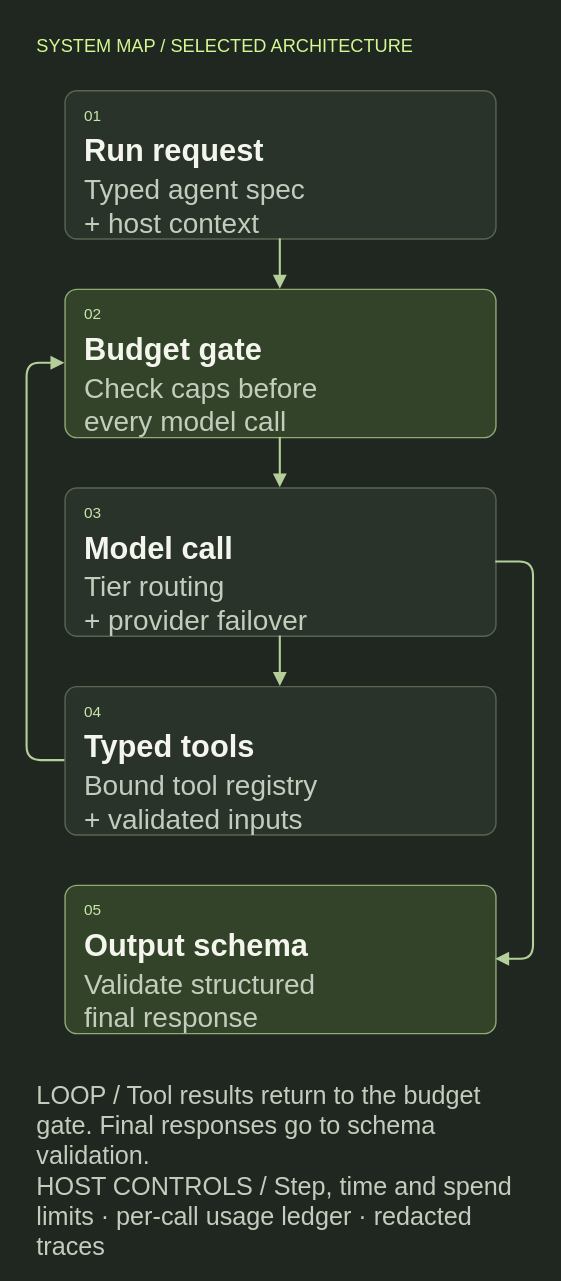
youngfreezy/youngfreezy.github.io keeps this draw.io diagram as images/agents/runtime-technical-mobile.svg. Above is the earlier version. Source tidied: cells renumbered, new cells last; positions are measured from the earlier drawing's top-left corner, leaving out a move shared by most shapes.
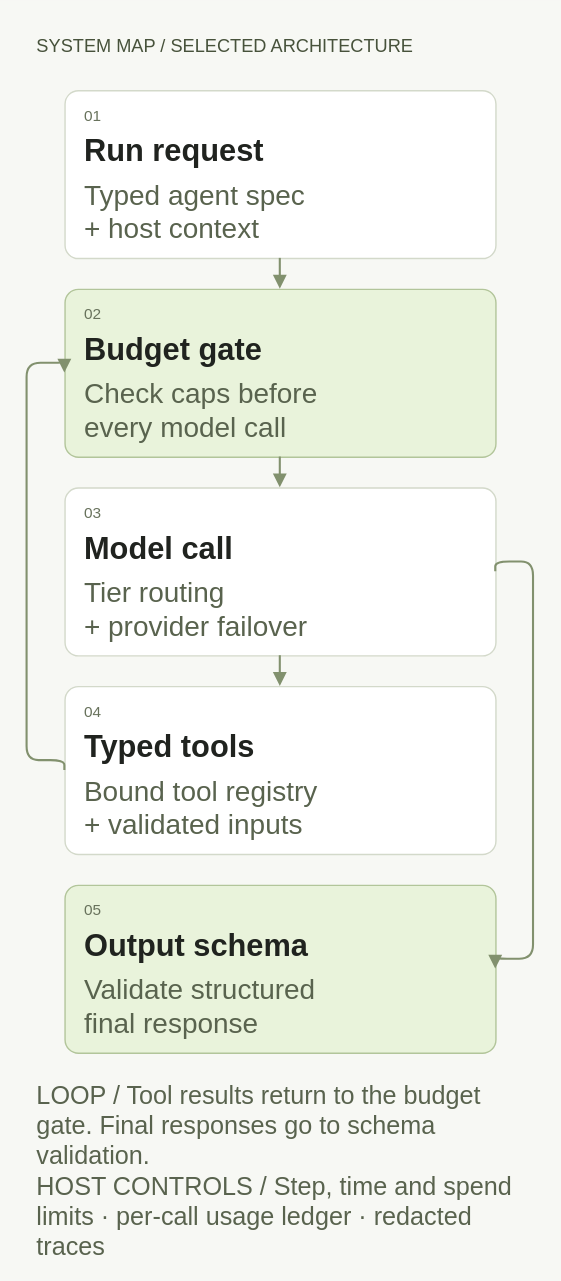
Above is the later version.

What changed in the source:
```diff
@@ -1,83 +1,83 @@
-<mxGraphModel background="#202720">
+<mxGraphModel background="#f7f8f4">
   <root>
     <mxCell id="0" />
     <mxCell id="1" parent="0" />
-    <mxCell id="2" style="html=1;fontFamily=Helvetica;fontColor=#f4f6ed;strokeColor=none;fillColor=#202720;" parent="1" vertex="1">
+    <mxCell id="2" style="html=1;fontFamily=Helvetica;fontColor=#20231f;strokeColor=none;fillColor=#f7f8f4;" parent="1" vertex="1">
       <mxGeometry width="400" height="914" as="geometry" />
     </mxCell>
-    <mxCell id="3" value="SYSTEM MAP  /  SELECTED ARCHITECTURE" style="html=1;fontFamily=Helvetica;fontColor=#f4f6ed;text;whiteSpace=wrap;strokeColor=none;fillColor=none;align=left;verticalAlign=middle;fontSize=13;fontColor=#d3f993;fontStyle=0;" parent="1" vertex="1">
+    <mxCell id="3" value="SYSTEM MAP  /  SELECTED ARCHITECTURE" style="html=1;fontFamily=Helvetica;fontColor=#20231f;text;whiteSpace=wrap;strokeColor=none;fillColor=none;align=left;verticalAlign=middle;fontSize=13;fontColor=#47523b;fontStyle=0;" parent="1" vertex="1">
       <mxGeometry x="24" y="18" width="352" height="28" as="geometry" />
     </mxCell>
-    <mxCell id="4" style="html=1;fontFamily=Helvetica;fontColor=#f4f6ed;rounded=1;arcSize=8;fillColor=#2a332a;strokeColor=#596451;strokeWidth=1;" parent="1" vertex="1">
-      <mxGeometry x="46" y="64" width="308" height="106" as="geometry" />
+    <mxCell id="4" style="html=1;fontFamily=Helvetica;fontColor=#20231f;rounded=1;arcSize=8;fillColor=#ffffff;strokeColor=#d3d9ca;strokeWidth=1;" parent="1" vertex="1">
+      <mxGeometry x="46" y="64" width="308" height="120" as="geometry" />
     </mxCell>
-    <mxCell id="5" value="01" style="html=1;fontFamily=Helvetica;fontColor=#f4f6ed;text;whiteSpace=wrap;strokeColor=none;fillColor=none;align=left;verticalAlign=middle;fontSize=11;fontColor=#c7e6a9;fontStyle=0;" parent="4" vertex="1">
+    <mxCell id="5" value="01" style="html=1;fontFamily=Helvetica;fontColor=#20231f;text;whiteSpace=wrap;strokeColor=none;fillColor=none;align=left;verticalAlign=middle;fontSize=11;fontColor=#68725c;fontStyle=0;" parent="4" vertex="1">
       <mxGeometry x="12" y="8" width="30" height="20" as="geometry" />
     </mxCell>
-    <mxCell id="6" value="Run request" style="html=1;fontFamily=Helvetica;fontColor=#f4f6ed;text;whiteSpace=wrap;strokeColor=none;fillColor=none;align=left;verticalAlign=middle;fontSize=22;fontColor=#f4f6ed;fontStyle=1;" parent="4" vertex="1">
+    <mxCell id="6" value="Run request" style="html=1;fontFamily=Helvetica;fontColor=#20231f;text;whiteSpace=wrap;strokeColor=none;fillColor=none;align=left;verticalAlign=middle;fontSize=22;fontColor=#20231f;fontStyle=1;" parent="4" vertex="1">
       <mxGeometry x="12" y="31" width="284" height="26" as="geometry" />
     </mxCell>
-    <mxCell id="7" value="Typed agent spec&#10;+ host context" style="html=1;fontFamily=Helvetica;fontColor=#f4f6ed;text;whiteSpace=wrap;strokeColor=none;fillColor=none;align=left;verticalAlign=middle;fontSize=20;fontColor=#c4cdbd;fontStyle=0;" parent="4" vertex="1">
-      <mxGeometry x="12" y="62" width="284" height="40" as="geometry" />
+    <mxCell id="7" value="Typed agent spec&#10;+ host context" style="html=1;fontFamily=Helvetica;fontColor=#20231f;text;whiteSpace=wrap;strokeColor=none;fillColor=none;align=left;verticalAlign=middle;fontSize=20;fontColor=#59634e;fontStyle=0;" parent="4" vertex="1">
+      <mxGeometry x="12" y="62" width="284" height="48" as="geometry" />
     </mxCell>
-    <mxCell id="8" style="html=1;fontFamily=Helvetica;fontColor=#f4f6ed;rounded=1;arcSize=8;fillColor=#33432a;strokeColor=#8eaa75;strokeWidth=1;" parent="1" vertex="1">
-      <mxGeometry x="46" y="206" width="308" height="106" as="geometry" />
+    <mxCell id="8" style="html=1;fontFamily=Helvetica;fontColor=#20231f;rounded=1;arcSize=8;fillColor=#e9f3db;strokeColor=#b2c59a;strokeWidth=1;" parent="1" vertex="1">
+      <mxGeometry x="46" y="206" width="308" height="120" as="geometry" />
     </mxCell>
-    <mxCell id="9" value="02" style="html=1;fontFamily=Helvetica;fontColor=#f4f6ed;text;whiteSpace=wrap;strokeColor=none;fillColor=none;align=left;verticalAlign=middle;fontSize=11;fontColor=#c7e6a9;fontStyle=0;" parent="8" vertex="1">
+    <mxCell id="9" value="02" style="html=1;fontFamily=Helvetica;fontColor=#20231f;text;whiteSpace=wrap;strokeColor=none;fillColor=none;align=left;verticalAlign=middle;fontSize=11;fontColor=#68725c;fontStyle=0;" parent="8" vertex="1">
       <mxGeometry x="12" y="8" width="30" height="20" as="geometry" />
     </mxCell>
-    <mxCell id="10" value="Budget gate" style="html=1;fontFamily=Helvetica;fontColor=#f4f6ed;text;whiteSpace=wrap;strokeColor=none;fillColor=none;align=left;verticalAlign=middle;fontSize=22;fontColor=#f4f6ed;fontStyle=1;" parent="8" vertex="1">
+    <mxCell id="10" value="Budget gate" style="html=1;fontFamily=Helvetica;fontColor=#20231f;text;whiteSpace=wrap;strokeColor=none;fillColor=none;align=left;verticalAlign=middle;fontSize=22;fontColor=#20231f;fontStyle=1;" parent="8" vertex="1">
       <mxGeometry x="12" y="31" width="284" height="26" as="geometry" />
     </mxCell>
-    <mxCell id="11" value="Check caps before&#10;every model call" style="html=1;fontFamily=Helvetica;fontColor=#f4f6ed;text;whiteSpace=wrap;strokeColor=none;fillColor=none;align=left;verticalAlign=middle;fontSize=20;fontColor=#c4cdbd;fontStyle=0;" parent="8" vertex="1">
-      <mxGeometry x="12" y="62" width="284" height="40" as="geometry" />
+    <mxCell id="11" value="Check caps before&#10;every model call" style="html=1;fontFamily=Helvetica;fontColor=#20231f;text;whiteSpace=wrap;strokeColor=none;fillColor=none;align=left;verticalAlign=middle;fontSize=20;fontColor=#59634e;fontStyle=0;" parent="8" vertex="1">
+      <mxGeometry x="12" y="62" width="284" height="48" as="geometry" />
     </mxCell>
-    <mxCell id="12" style="html=1;fontFamily=Helvetica;fontColor=#f4f6ed;rounded=1;arcSize=8;fillColor=#2a332a;strokeColor=#596451;strokeWidth=1;" parent="1" vertex="1">
-      <mxGeometry x="46" y="348" width="308" height="106" as="geometry" />
+    <mxCell id="12" style="html=1;fontFamily=Helvetica;fontColor=#20231f;rounded=1;arcSize=8;fillColor=#ffffff;strokeColor=#d3d9ca;strokeWidth=1;" parent="1" vertex="1">
+      <mxGeometry x="46" y="348" width="308" height="120" as="geometry" />
     </mxCell>
-    <mxCell id="13" value="03" style="html=1;fontFamily=Helvetica;fontColor=#f4f6ed;text;whiteSpace=wrap;strokeColor=none;fillColor=none;align=left;verticalAlign=middle;fontSize=11;fontColor=#c7e6a9;fontStyle=0;" parent="12" vertex="1">
+    <mxCell id="13" value="03" style="html=1;fontFamily=Helvetica;fontColor=#20231f;text;whiteSpace=wrap;strokeColor=none;fillColor=none;align=left;verticalAlign=middle;fontSize=11;fontColor=#68725c;fontStyle=0;" parent="12" vertex="1">
       <mxGeometry x="12" y="8" width="30" height="20" as="geometry" />
     </mxCell>
-    <mxCell id="14" value="Model call" style="html=1;fontFamily=Helvetica;fontColor=#f4f6ed;text;whiteSpace=wrap;strokeColor=none;fillColor=none;align=left;verticalAlign=middle;fontSize=22;fontColor=#f4f6ed;fontStyle=1;" parent="12" vertex="1">
+    <mxCell id="14" value="Model call" style="html=1;fontFamily=Helvetica;fontColor=#20231f;text;whiteSpace=wrap;strokeColor=none;fillColor=none;align=left;verticalAlign=middle;fontSize=22;fontColor=#20231f;fontStyle=1;" parent="12" vertex="1">
       <mxGeometry x="12" y="31" width="284" height="26" as="geometry" />
     </mxCell>
-    <mxCell id="15" value="Tier routing&#10;+ provider failover" style="html=1;fontFamily=Helvetica;fontColor=#f4f6ed;text;whiteSpace=wrap;strokeColor=none;fillColor=none;align=left;verticalAlign=middle;fontSize=20;fontColor=#c4cdbd;fontStyle=0;" parent="12" vertex="1">
-      <mxGeometry x="12" y="62" width="284" height="40" as="geometry" />
+    <mxCell id="15" value="Tier routing&#10;+ provider failover" style="html=1;fontFamily=Helvetica;fontColor=#20231f;text;whiteSpace=wrap;strokeColor=none;fillColor=none;align=left;verticalAlign=middle;fontSize=20;fontColor=#59634e;fontStyle=0;" parent="12" vertex="1">
+      <mxGeometry x="12" y="62" width="284" height="48" as="geometry" />
     </mxCell>
-    <mxCell id="16" style="html=1;fontFamily=Helvetica;fontColor=#f4f6ed;rounded=1;arcSize=8;fillColor=#2a332a;strokeColor=#596451;strokeWidth=1;" parent="1" vertex="1">
-      <mxGeometry x="46" y="490" width="308" height="106" as="geometry" />
+    <mxCell id="16" style="html=1;fontFamily=Helvetica;fontColor=#20231f;rounded=1;arcSize=8;fillColor=#ffffff;strokeColor=#d3d9ca;strokeWidth=1;" parent="1" vertex="1">
+      <mxGeometry x="46" y="490" width="308" height="120" as="geometry" />
     </mxCell>
-    <mxCell id="17" value="04" style="html=1;fontFamily=Helvetica;fontColor=#f4f6ed;text;whiteSpace=wrap;strokeColor=none;fillColor=none;align=left;verticalAlign=middle;fontSize=11;fontColor=#c7e6a9;fontStyle=0;" parent="16" vertex="1">
+    <mxCell id="17" value="04" style="html=1;fontFamily=Helvetica;fontColor=#20231f;text;whiteSpace=wrap;strokeColor=none;fillColor=none;align=left;verticalAlign=middle;fontSize=11;fontColor=#68725c;fontStyle=0;" parent="16" vertex="1">
       <mxGeometry x="12" y="8" width="30" height="20" as="geometry" />
     </mxCell>
-    <mxCell id="18" value="Typed tools" style="html=1;fontFamily=Helvetica;fontColor=#f4f6ed;text;whiteSpace=wrap;strokeColor=none;fillColor=none;align=left;verticalAlign=middle;fontSize=22;fontColor=#f4f6ed;fontStyle=1;" parent="16" vertex="1">
+    <mxCell id="18" value="Typed tools" style="html=1;fontFamily=Helvetica;fontColor=#20231f;text;whiteSpace=wrap;strokeColor=none;fillColor=none;align=left;verticalAlign=middle;fontSize=22;fontColor=#20231f;fontStyle=1;" parent="16" vertex="1">
       <mxGeometry x="12" y="31" width="284" height="26" as="geometry" />
     </mxCell>
-    <mxCell id="19" value="Bound tool registry&#10;+ validated inputs" style="html=1;fontFamily=Helvetica;fontColor=#f4f6ed;text;whiteSpace=wrap;strokeColor=none;fillColor=none;align=left;verticalAlign=middle;fontSize=20;fontColor=#c4cdbd;fontStyle=0;" parent="16" vertex="1">
-      <mxGeometry x="12" y="62" width="284" height="40" as="geometry" />
+    <mxCell id="19" value="Bound tool registry&#10;+ validated inputs" style="html=1;fontFamily=Helvetica;fontColor=#20231f;text;whiteSpace=wrap;strokeColor=none;fillColor=none;align=left;verticalAlign=middle;fontSize=20;fontColor=#59634e;fontStyle=0;" parent="16" vertex="1">
+      <mxGeometry x="12" y="62" width="284" height="48" as="geometry" />
     </mxCell>
-    <mxCell id="20" style="html=1;fontFamily=Helvetica;fontColor=#f4f6ed;rounded=1;arcSize=8;fillColor=#33432a;strokeColor=#8eaa75;strokeWidth=1;" parent="1" vertex="1">
-      <mxGeometry x="46" y="632" width="308" height="106" as="geometry" />
+    <mxCell id="20" style="html=1;fontFamily=Helvetica;fontColor=#20231f;rounded=1;arcSize=8;fillColor=#e9f3db;strokeColor=#b2c59a;strokeWidth=1;" parent="1" vertex="1">
+      <mxGeometry x="46" y="632" width="308" height="120" as="geometry" />
     </mxCell>
-    <mxCell id="21" value="05" style="html=1;fontFamily=Helvetica;fontColor=#f4f6ed;text;whiteSpace=wrap;strokeColor=none;fillColor=none;align=left;verticalAlign=middle;fontSize=11;fontColor=#c7e6a9;fontStyle=0;" parent="20" vertex="1">
+    <mxCell id="21" value="05" style="html=1;fontFamily=Helvetica;fontColor=#20231f;text;whiteSpace=wrap;strokeColor=none;fillColor=none;align=left;verticalAlign=middle;fontSize=11;fontColor=#68725c;fontStyle=0;" parent="20" vertex="1">
       <mxGeometry x="12" y="8" width="30" height="20" as="geometry" />
     </mxCell>
-    <mxCell id="22" value="Output schema" style="html=1;fontFamily=Helvetica;fontColor=#f4f6ed;text;whiteSpace=wrap;strokeColor=none;fillColor=none;align=left;verticalAlign=middle;fontSize=22;fontColor=#f4f6ed;fontStyle=1;" parent="20" vertex="1">
+    <mxCell id="22" value="Output schema" style="html=1;fontFamily=Helvetica;fontColor=#20231f;text;whiteSpace=wrap;strokeColor=none;fillColor=none;align=left;verticalAlign=middle;fontSize=22;fontColor=#20231f;fontStyle=1;" parent="20" vertex="1">
       <mxGeometry x="12" y="31" width="284" height="26" as="geometry" />
     </mxCell>
-    <mxCell id="23" value="Validate structured&#10;final response" style="html=1;fontFamily=Helvetica;fontColor=#f4f6ed;text;whiteSpace=wrap;strokeColor=none;fillColor=none;align=left;verticalAlign=middle;fontSize=20;fontColor=#c4cdbd;fontStyle=0;" parent="20" vertex="1">
-      <mxGeometry x="12" y="62" width="284" height="40" as="geometry" />
+    <mxCell id="23" value="Validate structured&#10;final response" style="html=1;fontFamily=Helvetica;fontColor=#20231f;text;whiteSpace=wrap;strokeColor=none;fillColor=none;align=left;verticalAlign=middle;fontSize=20;fontColor=#59634e;fontStyle=0;" parent="20" vertex="1">
+      <mxGeometry x="12" y="62" width="284" height="48" as="geometry" />
     </mxCell>
-    <mxCell id="24" style="edgeStyle=orthogonalEdgeStyle;rounded=1;jettySize=auto;strokeColor=#b4cf99;strokeWidth=1.5;endArrow=block;endFill=1;exitX=.5;exitY=1;entryX=.5;entryY=0;" parent="1" edge="1" source="4" target="8">
+    <mxCell id="24" style="edgeStyle=orthogonalEdgeStyle;rounded=1;jettySize=auto;strokeColor=#82916e;strokeWidth=1.5;endArrow=block;endFill=1;exitX=.5;exitY=1;entryX=.5;entryY=0;" parent="1" edge="1" source="4" target="8">
       <mxGeometry relative="1" as="geometry" />
     </mxCell>
-    <mxCell id="25" style="edgeStyle=orthogonalEdgeStyle;rounded=1;jettySize=auto;strokeColor=#b4cf99;strokeWidth=1.5;endArrow=block;endFill=1;exitX=.5;exitY=1;entryX=.5;entryY=0;" parent="1" edge="1" source="8" target="12">
+    <mxCell id="25" style="edgeStyle=orthogonalEdgeStyle;rounded=1;jettySize=auto;strokeColor=#82916e;strokeWidth=1.5;endArrow=block;endFill=1;exitX=.5;exitY=1;entryX=.5;entryY=0;" parent="1" edge="1" source="8" target="12">
       <mxGeometry relative="1" as="geometry" />
     </mxCell>
-    <mxCell id="26" style="edgeStyle=orthogonalEdgeStyle;rounded=1;jettySize=auto;strokeColor=#b4cf99;strokeWidth=1.5;endArrow=block;endFill=1;exitX=.5;exitY=1;entryX=.5;entryY=0;" parent="1" edge="1" source="12" target="16">
+    <mxCell id="26" style="edgeStyle=orthogonalEdgeStyle;rounded=1;jettySize=auto;strokeColor=#82916e;strokeWidth=1.5;endArrow=block;endFill=1;exitX=.5;exitY=1;entryX=.5;entryY=0;" parent="1" edge="1" source="12" target="16">
       <mxGeometry relative="1" as="geometry" />
     </mxCell>
-    <mxCell id="27" style="edgeStyle=orthogonalEdgeStyle;rounded=1;jettySize=auto;strokeColor=#b4cf99;strokeWidth=1.5;endArrow=block;endFill=1;exitX=0;exitY=.5;entryX=0;entryY=.5;" parent="1" edge="1" source="16" target="8">
+    <mxCell id="27" style="edgeStyle=orthogonalEdgeStyle;rounded=1;jettySize=auto;strokeColor=#82916e;strokeWidth=1.5;endArrow=block;endFill=1;exitX=0;exitY=.5;entryX=0;entryY=.5;" parent="1" edge="1" source="16" target="8">
       <mxGeometry relative="1" as="geometry">
         <Array as="points">
           <mxPoint x="19" y="543" />
@@ -85,7 +85,7 @@
         </Array>
       </mxGeometry>
     </mxCell>
-    <mxCell id="28" style="edgeStyle=orthogonalEdgeStyle;rounded=1;jettySize=auto;strokeColor=#b4cf99;strokeWidth=1.5;endArrow=block;endFill=1;exitX=1;exitY=.5;entryX=1;entryY=.5;" parent="1" edge="1" source="12" target="20">
+    <mxCell id="28" style="edgeStyle=orthogonalEdgeStyle;rounded=1;jettySize=auto;strokeColor=#82916e;strokeWidth=1.5;endArrow=block;endFill=1;exitX=1;exitY=.5;entryX=1;entryY=.5;" parent="1" edge="1" source="12" target="20">
       <mxGeometry relative="1" as="geometry">
         <Array as="points">
           <mxPoint x="381" y="401" />
@@ -93,7 +93,7 @@
         </Array>
       </mxGeometry>
     </mxCell>
-    <mxCell id="29" value="LOOP  /  Tool results return to the budget gate. Final responses go to schema validation.&#10;HOST CONTROLS  /  Step, time and spend limits · per-call usage ledger · redacted traces" style="html=1;fontFamily=Helvetica;fontColor=#f4f6ed;text;whiteSpace=wrap;strokeColor=none;fillColor=none;align=left;verticalAlign=middle;fontSize=18;fontColor=#c4cdbd;fontStyle=0;" parent="1" vertex="1">
+    <mxCell id="29" value="LOOP  /  Tool results return to the budget gate. Final responses go to schema validation.&#10;HOST CONTROLS  /  Step, time and spend limits · per-call usage ledger · redacted traces" style="html=1;fontFamily=Helvetica;fontColor=#20231f;text;whiteSpace=wrap;strokeColor=none;fillColor=none;align=left;verticalAlign=middle;fontSize=18;fontColor=#59634e;fontStyle=0;" parent="1" vertex="1">
       <mxGeometry x="24" y="772" width="352" height="130" as="geometry" />
     </mxCell>
   </root>
```
